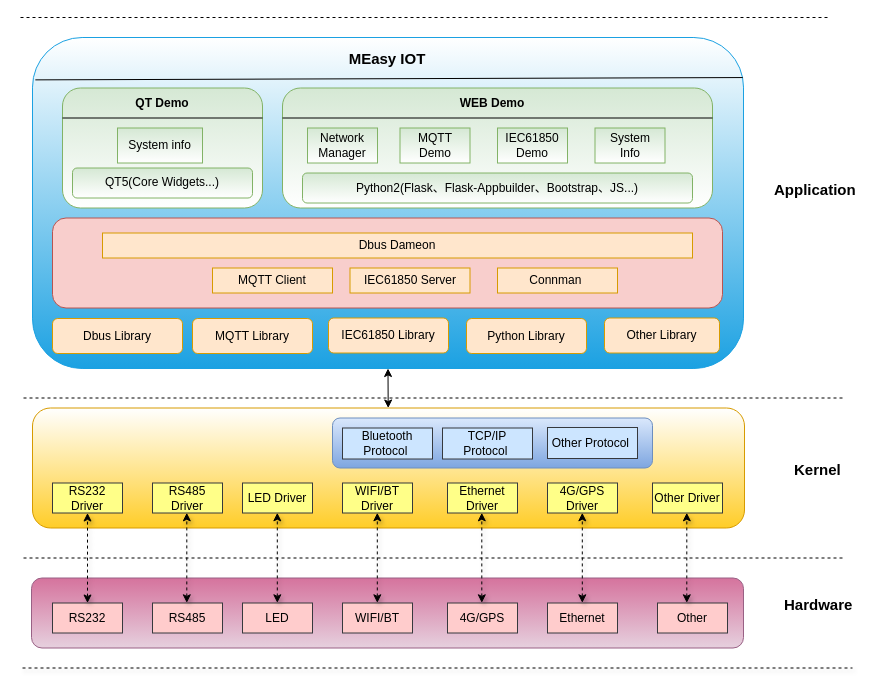
The draw.io diagram hmi2.0.drawio in long585/gitlearn, before the edit. Source tidied: cells renumbered, new cells numbered last; positions are measured from the earlier drawing's top-left corner, leaving out a move shared by most shapes. Both pictures are drawn from the tidied source at 100%, with x=0, y=0 at pixel (17, 17).
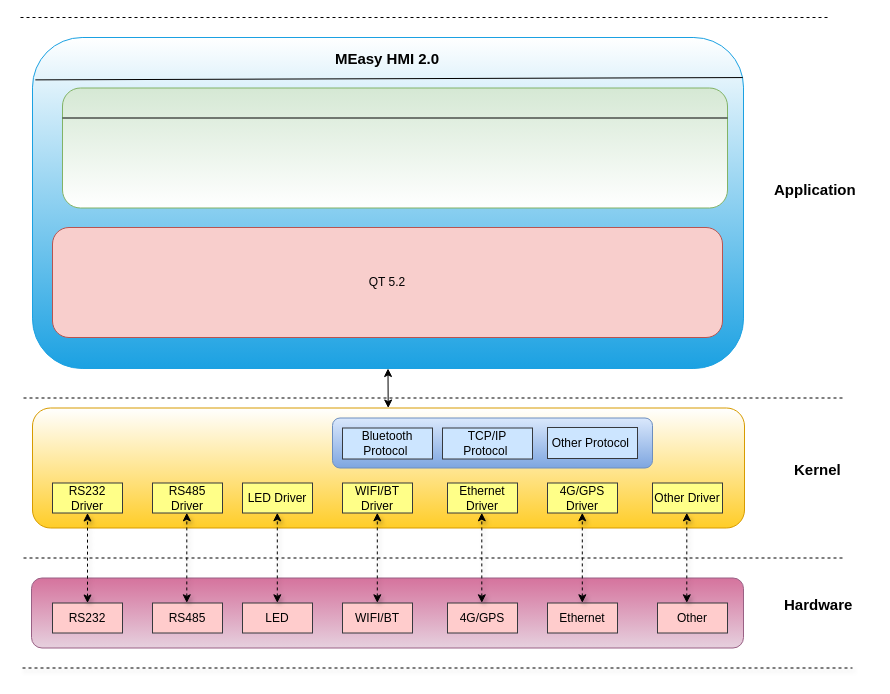
The same page after the edit.

What changed in the source:
```diff
@@
-    <mxCell id="28" value="Dbus Library" style="rounded=1;whiteSpace=wrap;html=1;fillColor=#ffe6cc;strokeColor=#d79b00;" parent="1" vertex="1">
-      <mxGeometry x="35" y="301" width="130" height="35" as="geometry" />
-    </mxCell>
-    <mxCell id="29" value="MQTT Library" style="rounded=1;whiteSpace=wrap;html=1;fillColor=#ffe6cc;strokeColor=#d79b00;" parent="1" vertex="1">
-      <mxGeometry x="175" y="301" width="120" height="35" as="geometry" />
-    </mxCell>
-    <mxCell id="30" value="IEC61850 Library" style="rounded=1;whiteSpace=wrap;html=1;fillColor=#ffe6cc;strokeColor=#d79b00;" parent="1" vertex="1">
-      <mxGeometry x="311" y="300.5" width="120" height="35" as="geometry" />
-    </mxCell>
-    <mxCell id="31" value="Other Library" style="rounded=1;whiteSpace=wrap;html=1;fillColor=#ffe6cc;strokeColor=#d79b00;" parent="1" vertex="1">
-      <mxGeometry x="587" y="300.5" width="115" height="35" as="geometry" />
-    </mxCell>
-    <mxCell id="32" style="rounded=1;whiteSpace=wrap;html=1;fillColor=#f8cecc;strokeColor=#b85450;" parent="1" vertex="1">
-      <mxGeometry x="35" y="200.5" width="670" height="90" as="geometry" />
+    <mxCell id="32" value="QT 5.2" style="rounded=1;whiteSpace=wrap;html=1;fillColor=#f8cecc;strokeColor=#b85450;" parent="1" vertex="1">
+      <mxGeometry x="35" y="210" width="670" height="110" as="geometry" />
     </mxCell>
     <mxCell id="33" style="rounded=1;whiteSpace=wrap;html=1;fillColor=#d5e8d4;strokeColor=#82b366;gradientColor=#ffffff;" parent="1" vertex="1">
-      <mxGeometry x="45" y="70.5" width="200" height="120" as="geometry" />
+      <mxGeometry x="45" y="70.5" width="665" height="120" as="geometry" />
     </mxCell>
@@
-    <mxCell id="43" value="Python Library" style="rounded=1;whiteSpace=wrap;html=1;fillColor=#ffe6cc;strokeColor=#d79b00;" parent="1" vertex="1">
-      <mxGeometry x="449" y="301" width="120" height="35" as="geometry" />
-    </mxCell>
-    <mxCell id="44" style="rounded=1;whiteSpace=wrap;html=1;fillColor=#d5e8d4;strokeColor=#82b366;gradientColor=#ffffff;" parent="1" vertex="1">
-      <mxGeometry x="265" y="70.5" width="430" height="120" as="geometry" />
-    </mxCell>
@@
-    <mxCell id="46" value="Network Manager" style="rounded=0;whiteSpace=wrap;html=1;fillColor=#d5e8d4;strokeColor=#82b366;gradientColor=#ffffff;" parent="1" vertex="1">
-      <mxGeometry x="290" y="110.5" width="70" height="35" as="geometry" />
-    </mxCell>
-    <mxCell id="47" value="MQTT Demo" style="rounded=0;whiteSpace=wrap;html=1;fillColor=#d5e8d4;strokeColor=#82b366;gradientColor=#ffffff;" parent="1" vertex="1">
-      <mxGeometry x="382.5" y="110.5" width="70" height="35" as="geometry" />
-    </mxCell>
-    <mxCell id="48" value="IEC61850&lt;br&gt;Demo" style="rounded=0;whiteSpace=wrap;html=1;fillColor=#d5e8d4;strokeColor=#82b366;gradientColor=#ffffff;" parent="1" vertex="1">
-      <mxGeometry x="480" y="110.5" width="70" height="35" as="geometry" />
-    </mxCell>
-    <mxCell id="49" value="System info" style="rounded=0;whiteSpace=wrap;html=1;fillColor=#d5e8d4;strokeColor=#82b366;gradientColor=#ffffff;" parent="1" vertex="1">
-      <mxGeometry x="100" y="110.5" width="85" height="35" as="geometry" />
-    </mxCell>
-    <mxCell id="50" value="System&lt;br&gt;Info" style="rounded=0;whiteSpace=wrap;html=1;fillColor=#d5e8d4;strokeColor=#82b366;gradientColor=#ffffff;" parent="1" vertex="1">
-      <mxGeometry x="577.5" y="110.5" width="70" height="35" as="geometry" />
-    </mxCell>
-    <mxCell id="51" value="MQTT Client" style="rounded=0;whiteSpace=wrap;html=1;fillColor=#ffe6cc;strokeColor=#d79b00;" parent="1" vertex="1">
-      <mxGeometry x="195" y="250.5" width="120" height="25" as="geometry" />
-    </mxCell>
-    <mxCell id="52" value="IEC61850 Server" style="rounded=0;whiteSpace=wrap;html=1;fillColor=#ffe6cc;strokeColor=#d79b00;" parent="1" vertex="1">
-      <mxGeometry x="332.5" y="250.5" width="120" height="25" as="geometry" />
-    </mxCell>
-    <mxCell id="53" value="Dbus Dameon" style="rounded=0;whiteSpace=wrap;html=1;fillColor=#ffe6cc;strokeColor=#d79b00;" parent="1" vertex="1">
-      <mxGeometry x="85" y="215.5" width="590" height="25" as="geometry" />
-    </mxCell>
-    <mxCell id="54" value="Connman&amp;nbsp;" style="rounded=0;whiteSpace=wrap;html=1;fillColor=#ffe6cc;strokeColor=#d79b00;" parent="1" vertex="1">
-      <mxGeometry x="480" y="250.5" width="120" height="25" as="geometry" />
-    </mxCell>
@@
-    <mxCell id="56" value="&lt;div style=&quot;text-align: left ; font-size: 12px&quot;&gt;&lt;font style=&quot;font-size: 12px&quot;&gt;QT5(Core&amp;nbsp;Widgets...&lt;/font&gt;&lt;span&gt;)&lt;/span&gt;&lt;/div&gt;" style="rounded=1;whiteSpace=wrap;html=1;verticalAlign=top;align=center;fontSize=2;fillColor=#d5e8d4;strokeColor=#82b366;gradientColor=#ffffff;" parent="1" vertex="1">
-      <mxGeometry x="55" y="150.5" width="180" height="30" as="geometry" />
-    </mxCell>
-    <mxCell id="57" style="endArrow=none;html=1;fontSize=2;exitX=0;exitY=0.25;exitDx=0;exitDy=0;entryX=1;entryY=0.25;entryDx=0;entryDy=0;" parent="1" edge="1" source="44" target="44">
-      <mxGeometry relative="1" as="geometry" />
-    </mxCell>
-    <mxCell id="58" value="&lt;font style=&quot;font-size: 12px&quot;&gt;Python2(Flask、Flask-Appbuilder、Bootstrap、JS...)&lt;/font&gt;" style="rounded=1;whiteSpace=wrap;html=1;fontSize=2;align=center;fillColor=#d5e8d4;strokeColor=#82b366;gradientColor=#ffffff;" parent="1" vertex="1">
-      <mxGeometry x="285" y="155.5" width="390" height="30" as="geometry" />
-    </mxCell>
@@
-    <mxCell id="60" value="&lt;b style=&quot;font-size: 15px&quot;&gt;MEasy IOT&lt;/b&gt;" style="text;html=1;strokeColor=none;fillColor=none;align=center;verticalAlign=middle;whiteSpace=wrap;rounded=0;fontSize=15;" parent="1" vertex="1">
+    <mxCell id="60" value="&lt;b style=&quot;font-size: 15px&quot;&gt;MEasy HMI 2.0&lt;/b&gt;" style="text;html=1;strokeColor=none;fillColor=none;align=center;verticalAlign=middle;whiteSpace=wrap;rounded=0;fontSize=15;" parent="1" vertex="1">
       <mxGeometry x="305" y="30.5" width="130" height="20" as="geometry" />
     </mxCell>
-    <mxCell id="61" value="&lt;b&gt;QT Demo&lt;/b&gt;" style="rounded=0;whiteSpace=wrap;html=1;fillColor=#d5e8d4;strokeColor=#82b366;opacity=0;" parent="1" vertex="1">
-      <mxGeometry x="110" y="76.5" width="70" height="19" as="geometry" />
-    </mxCell>
-    <mxCell id="62" value="&lt;b&gt;WEB Demo&lt;/b&gt;" style="rounded=0;whiteSpace=wrap;html=1;fillColor=#d5e8d4;strokeColor=#82b366;opacity=0;" parent="1" vertex="1">
-      <mxGeometry x="440" y="76.5" width="70" height="19" as="geometry" />
-    </mxCell>
```
